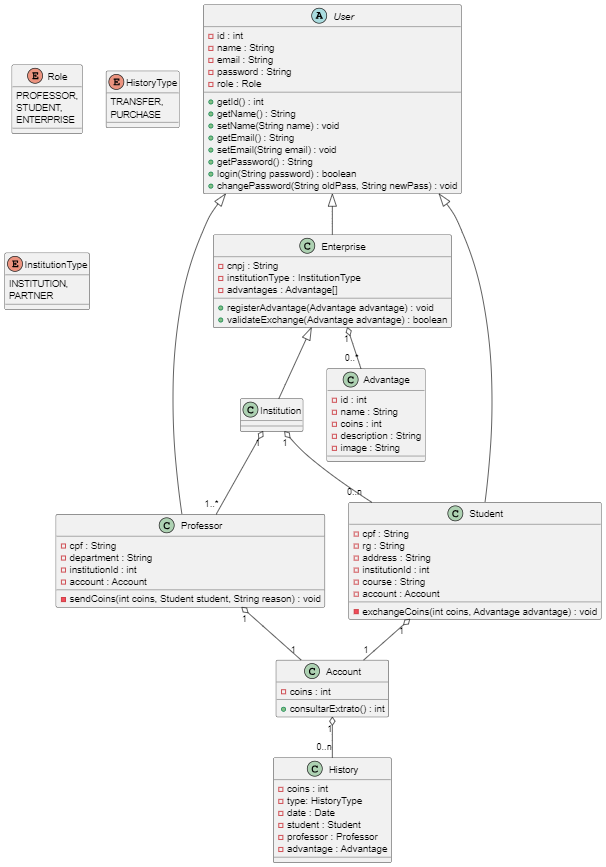
Above: projeto 3/project/classDiagram.png in migueltico2/laboratorio-de-desenvolvimento-de-software (PlantUML), before the change. Its source is kept beside it as projeto 3/project/classDiagram.plantuml.
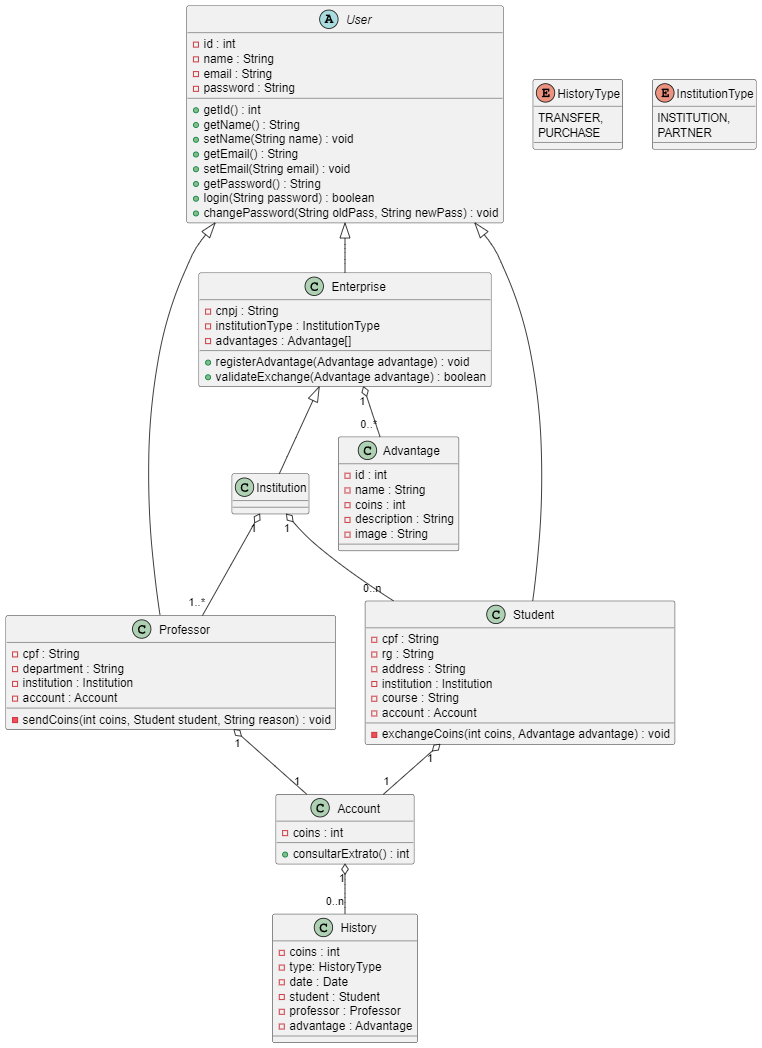
The same diagram one commit later.

The edit, as a diff of the source:
```diff
@@ -5,7 +5,6 @@
     -name : String
     -email : String
     -password : String
-    -role : Role
     +getId() : int
     +getName() : String
     +setName(String name) : void
@@ -16,16 +15,11 @@
     +changePassword(String oldPass, String newPass) : void
 }
 
-enum Role {
-    PROFESSOR,
-    STUDENT,
-    ENTERPRISE
-}
 
 class Professor {
     -cpf : String
     -department : String
-    -institutionId : int
+    -institution : Institution
     -account : Account
     -sendCoins(int coins, Student student, String reason) : void
 }
@@ -34,7 +28,7 @@
     -cpf : String
     -rg : String
     -address : String
-    -institutionId : int
+    -institution : Institution
     -course : String
     -account : Account
     -exchangeCoins(int coins, Advantage advantage) : void
```
